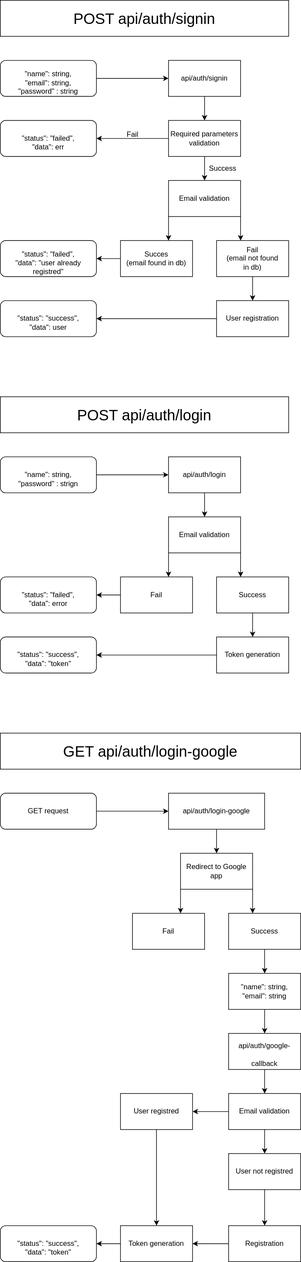
The draw.io diagram api.drawio.svg in cr1m3s/tch_backend, before a commit. Source tidied: cells renumbered, new cells last; positions are measured from the earlier drawing's top-left corner, leaving out a move shared by most shapes.
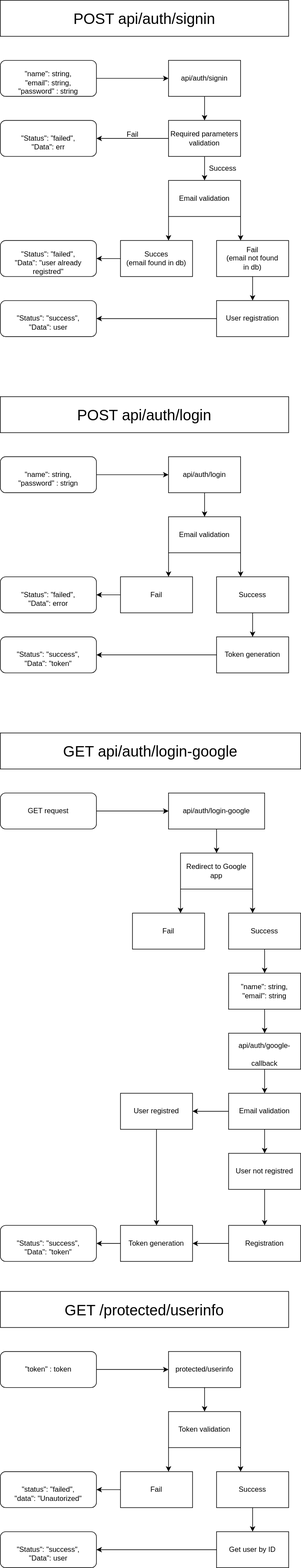
Later version of the same file.

Commit message:
refactor, created Response model [implemented for token middleware]

Change to the diagram source:
```diff
@@ -39,10 +39,10 @@
     <mxCell id="12" style="endArrow=classic;html=1;exitX=0.5;exitY=1;exitDx=0;exitDy=0;entryX=0.5;entryY=0;entryDx=0;entryDy=0;" parent="1" edge="1" source="7" target="9">
       <mxGeometry relative="1" as="geometry" />
     </mxCell>
-    <mxCell id="13" value="&lt;br&gt;&quot;status&quot;: &quot;failed&quot;,&lt;br&gt;&quot;data&quot;: error&lt;br&gt;&amp;nbsp;" style="rounded=1;whiteSpace=wrap;html=1;" parent="1" vertex="1">
+    <mxCell id="13" value="&lt;br&gt;&quot;Status&quot;: &quot;failed&quot;,&lt;br&gt;&quot;Data&quot;: error&lt;br&gt;&amp;nbsp;" style="rounded=1;whiteSpace=wrap;html=1;" parent="1" vertex="1">
       <mxGeometry y="960" width="160" height="60" as="geometry" />
     </mxCell>
-    <mxCell id="14" value="&lt;br&gt;&quot;status&quot;: &quot;success&quot;, &lt;br&gt;&quot;data&quot;: &quot;token&quot;&lt;br&gt;&amp;nbsp;" style="rounded=1;whiteSpace=wrap;html=1;" parent="1" vertex="1">
+    <mxCell id="14" value="&lt;br&gt;&quot;Status&quot;: &quot;success&quot;, &lt;br&gt;&quot;Data&quot;: &quot;token&quot;&lt;br&gt;&amp;nbsp;" style="rounded=1;whiteSpace=wrap;html=1;" parent="1" vertex="1">
       <mxGeometry y="1060" width="160" height="60" as="geometry" />
     </mxCell>
     <mxCell id="15" style="endArrow=classic;html=1;exitX=0;exitY=0.5;exitDx=0;exitDy=0;entryX=1;entryY=0.5;entryDx=0;entryDy=0;" parent="1" edge="1" source="8" target="13">
@@ -88,7 +88,7 @@
         <mxPoint x="420" y="1520" as="targetPoint" />
       </mxGeometry>
     </mxCell>
-    <mxCell id="28" value="&lt;br&gt;&quot;status&quot;: &quot;success&quot;, &lt;br&gt;&quot;data&quot;: &quot;token&quot;&lt;br&gt;&amp;nbsp;" style="rounded=1;whiteSpace=wrap;html=1;" parent="1" vertex="1">
+    <mxCell id="28" value="&lt;br&gt;&quot;Status&quot;: &quot;success&quot;, &lt;br&gt;&quot;Data&quot;: &quot;token&quot;&lt;br&gt;&amp;nbsp;" style="rounded=1;whiteSpace=wrap;html=1;" parent="1" vertex="1">
       <mxGeometry y="2040" width="160" height="60" as="geometry" />
     </mxCell>
     <mxCell id="29" value="&lt;font style=&quot;font-size: 25px;&quot;&gt;GET api/auth/login-google&lt;/font&gt;" style="rounded=0;whiteSpace=wrap;html=1;" parent="1" vertex="1">
@@ -177,10 +177,10 @@
     <mxCell id="54" style="endArrow=classic;html=1;exitX=0.5;exitY=1;exitDx=0;exitDy=0;entryX=0.5;entryY=0;entryDx=0;entryDy=0;" parent="1" edge="1" source="49" target="51">
       <mxGeometry relative="1" as="geometry" />
     </mxCell>
-    <mxCell id="55" value="&lt;br&gt;&quot;status&quot;: &quot;failed&quot;,&lt;br&gt;&quot;data&quot;: &quot;user already registred&quot;&lt;br&gt;&amp;nbsp;" style="rounded=1;whiteSpace=wrap;html=1;" parent="1" vertex="1">
+    <mxCell id="55" value="&lt;br&gt;&quot;Status&quot;: &quot;failed&quot;,&lt;br&gt;&quot;Data&quot;: &quot;user already registred&quot;&lt;br&gt;&amp;nbsp;" style="rounded=1;whiteSpace=wrap;html=1;" parent="1" vertex="1">
       <mxGeometry y="400" width="160" height="60" as="geometry" />
     </mxCell>
-    <mxCell id="56" value="&lt;br&gt;&quot;status&quot;: &quot;success&quot;, &lt;br&gt;&quot;data&quot;: user&lt;br&gt;&amp;nbsp;" style="rounded=1;whiteSpace=wrap;html=1;" parent="1" vertex="1">
+    <mxCell id="56" value="&lt;br&gt;&quot;Status&quot;: &quot;success&quot;, &lt;br&gt;&quot;Data&quot;: user&lt;br&gt;&amp;nbsp;" style="rounded=1;whiteSpace=wrap;html=1;" parent="1" vertex="1">
       <mxGeometry y="500" width="160" height="60" as="geometry" />
     </mxCell>
     <mxCell id="57" style="endArrow=classic;html=1;exitX=0;exitY=0.5;exitDx=0;exitDy=0;entryX=1;entryY=0.5;entryDx=0;entryDy=0;" parent="1" edge="1" source="50" target="55">
@@ -204,7 +204,7 @@
     <mxCell id="63" style="endArrow=classic;html=1;fontSize=12;exitX=0;exitY=0.5;exitDx=0;exitDy=0;entryX=1;entryY=0.5;entryDx=0;entryDy=0;" parent="1" edge="1" source="60" target="64">
       <mxGeometry relative="1" as="geometry" />
     </mxCell>
-    <mxCell id="64" value="&lt;br&gt;&quot;status&quot;: &quot;failed&quot;,&lt;br&gt;&quot;data&quot;: err&lt;br&gt;&amp;nbsp;" style="rounded=1;whiteSpace=wrap;html=1;" parent="1" vertex="1">
+    <mxCell id="64" value="&lt;br&gt;&quot;Status&quot;: &quot;failed&quot;,&lt;br&gt;&quot;Data&quot;: err&lt;br&gt;&amp;nbsp;" style="rounded=1;whiteSpace=wrap;html=1;" parent="1" vertex="1">
       <mxGeometry y="200" width="160" height="60" as="geometry" />
     </mxCell>
     <mxCell id="65" value="&lt;span style=&quot;font-weight: normal;&quot;&gt;&lt;font style=&quot;font-size: 12px;&quot;&gt;Fail&lt;/font&gt;&lt;/span&gt;" style="text;strokeColor=none;fillColor=none;html=1;fontSize=24;fontStyle=1;verticalAlign=middle;align=center;" parent="1" vertex="1">
@@ -213,5 +213,57 @@
     <mxCell id="66" value="&lt;span style=&quot;font-weight: normal;&quot;&gt;&lt;font style=&quot;font-size: 12px;&quot;&gt;Success&lt;br&gt;&lt;br&gt;&lt;/font&gt;&lt;/span&gt;" style="text;strokeColor=none;fillColor=none;html=1;fontSize=24;fontStyle=1;verticalAlign=middle;align=center;" parent="1" vertex="1">
       <mxGeometry x="320" y="270" width="100" height="40" as="geometry" />
     </mxCell>
+    <mxCell id="67" value="protected/userinfo" style="rounded=0;whiteSpace=wrap;html=1;" parent="1" vertex="1">
+      <mxGeometry x="280" y="2250" width="120" height="60" as="geometry" />
+    </mxCell>
+    <mxCell id="68" value="&quot;token&quot; : token" style="rounded=1;whiteSpace=wrap;html=1;" parent="1" vertex="1">
+      <mxGeometry y="2250" width="160" height="60" as="geometry" />
+    </mxCell>
+    <mxCell id="69" style="endArrow=classic;html=1;exitX=1;exitY=0.5;exitDx=0;exitDy=0;entryX=0;entryY=0.5;entryDx=0;entryDy=0;" parent="1" edge="1" source="68" target="67">
+      <mxGeometry relative="1" as="geometry" />
+    </mxCell>
+    <mxCell id="70" value="Token validation" style="rounded=0;whiteSpace=wrap;html=1;" parent="1" vertex="1">
+      <mxGeometry x="280" y="2350" width="120" height="60" as="geometry" />
+    </mxCell>
+    <mxCell id="71" style="endArrow=classic;html=1;exitX=0.5;exitY=1;exitDx=0;exitDy=0;entryX=0.5;entryY=0;entryDx=0;entryDy=0;" parent="1" edge="1" source="67" target="70">
+      <mxGeometry relative="1" as="geometry" />
+    </mxCell>
+    <mxCell id="72" value="Success" style="rounded=0;whiteSpace=wrap;html=1;" parent="1" vertex="1">
+      <mxGeometry x="360" y="2450" width="120" height="60" as="geometry" />
+    </mxCell>
+    <mxCell id="73" value="Fail" style="rounded=0;whiteSpace=wrap;html=1;" parent="1" vertex="1">
+      <mxGeometry x="200" y="2450" width="120" height="60" as="geometry" />
+    </mxCell>
+    <mxCell id="74" value="Get user by ID" style="rounded=0;whiteSpace=wrap;html=1;" parent="1" vertex="1">
+      <mxGeometry x="360" y="2550" width="120" height="60" as="geometry" />
+    </mxCell>
+    <mxCell id="75" style="endArrow=classic;html=1;exitX=0;exitY=1;exitDx=0;exitDy=0;" parent="1" edge="1" source="70">
+      <mxGeometry relative="1" as="geometry">
+        <mxPoint x="280" y="2450" as="targetPoint" />
+      </mxGeometry>
+    </mxCell>
+    <mxCell id="76" style="endArrow=classic;html=1;exitX=1;exitY=1;exitDx=0;exitDy=0;" parent="1" edge="1" source="70">
+      <mxGeometry relative="1" as="geometry">
+        <mxPoint x="400" y="2450" as="targetPoint" />
+      </mxGeometry>
+    </mxCell>
+    <mxCell id="77" style="endArrow=classic;html=1;exitX=0.5;exitY=1;exitDx=0;exitDy=0;entryX=0.5;entryY=0;entryDx=0;entryDy=0;" parent="1" edge="1" source="72" target="74">
+      <mxGeometry relative="1" as="geometry" />
+    </mxCell>
+    <mxCell id="78" value="&lt;br&gt;&quot;status&quot;: &quot;failed&quot;,&lt;br&gt;&quot;data&quot;: &quot;Unautorized&quot;&lt;br&gt;&amp;nbsp;" style="rounded=1;whiteSpace=wrap;html=1;" parent="1" vertex="1">
+      <mxGeometry y="2450" width="160" height="60" as="geometry" />
+    </mxCell>
+    <mxCell id="79" value="&lt;br&gt;&quot;Status&quot;: &quot;success&quot;, &lt;br&gt;&quot;Data&quot;: user&lt;br&gt;&amp;nbsp;" style="rounded=1;whiteSpace=wrap;html=1;" parent="1" vertex="1">
+      <mxGeometry y="2550" width="160" height="60" as="geometry" />
+    </mxCell>
+    <mxCell id="80" style="endArrow=classic;html=1;exitX=0;exitY=0.5;exitDx=0;exitDy=0;entryX=1;entryY=0.5;entryDx=0;entryDy=0;" parent="1" edge="1" source="73" target="78">
+      <mxGeometry relative="1" as="geometry" />
+    </mxCell>
+    <mxCell id="81" style="endArrow=classic;html=1;exitX=0;exitY=0.5;exitDx=0;exitDy=0;entryX=1;entryY=0.5;entryDx=0;entryDy=0;" parent="1" edge="1" source="74" target="79">
+      <mxGeometry relative="1" as="geometry" />
+    </mxCell>
+    <mxCell id="82" value="&lt;font style=&quot;font-size: 25px;&quot;&gt;GET /protected/userinfo&lt;/font&gt;" style="rounded=0;whiteSpace=wrap;html=1;" parent="1" vertex="1">
+      <mxGeometry y="2150" width="480" height="60" as="geometry" />
+    </mxCell>
   </root>
 </mxGraphModel>
```
